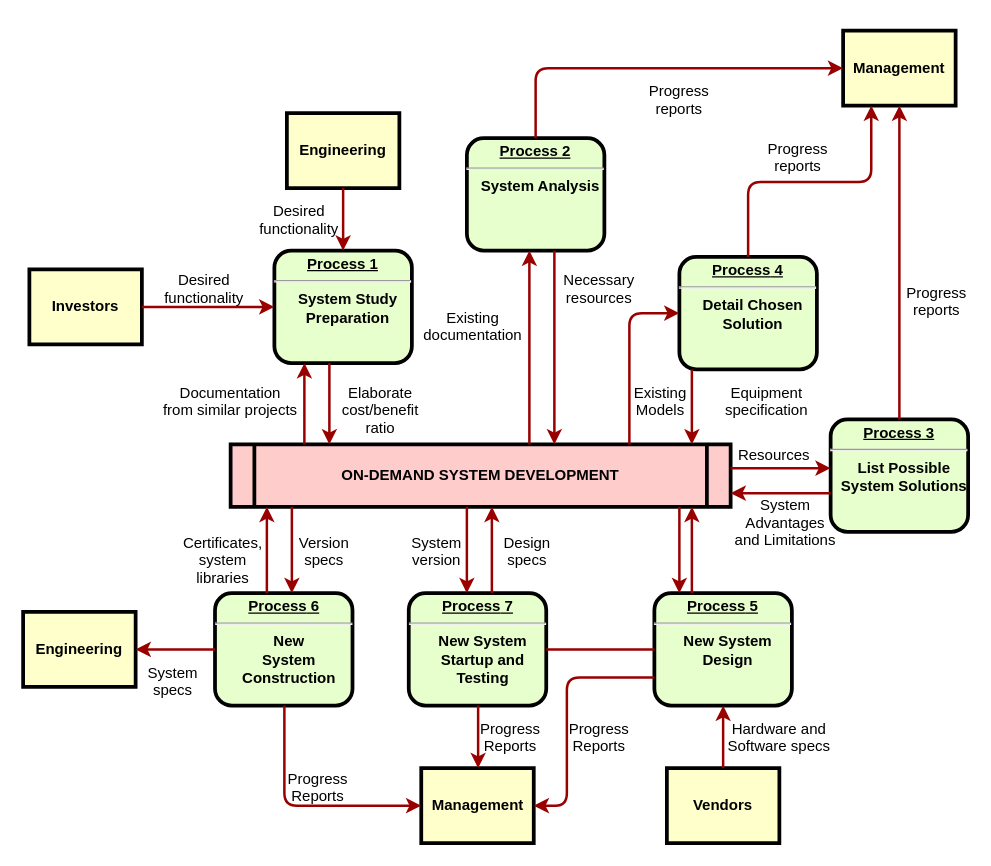
Before: 未命名绘图.drawio in YeomanYe/drawio-graph, a draw.io diagram. Source tidied: cells renumbered, new cells numbered last; positions are measured from the earlier drawing's top-left corner, leaving out a move shared by most shapes. Both pictures are drawn from the tidied source at 125%, with x=0, y=0 at pixel (22, 30).
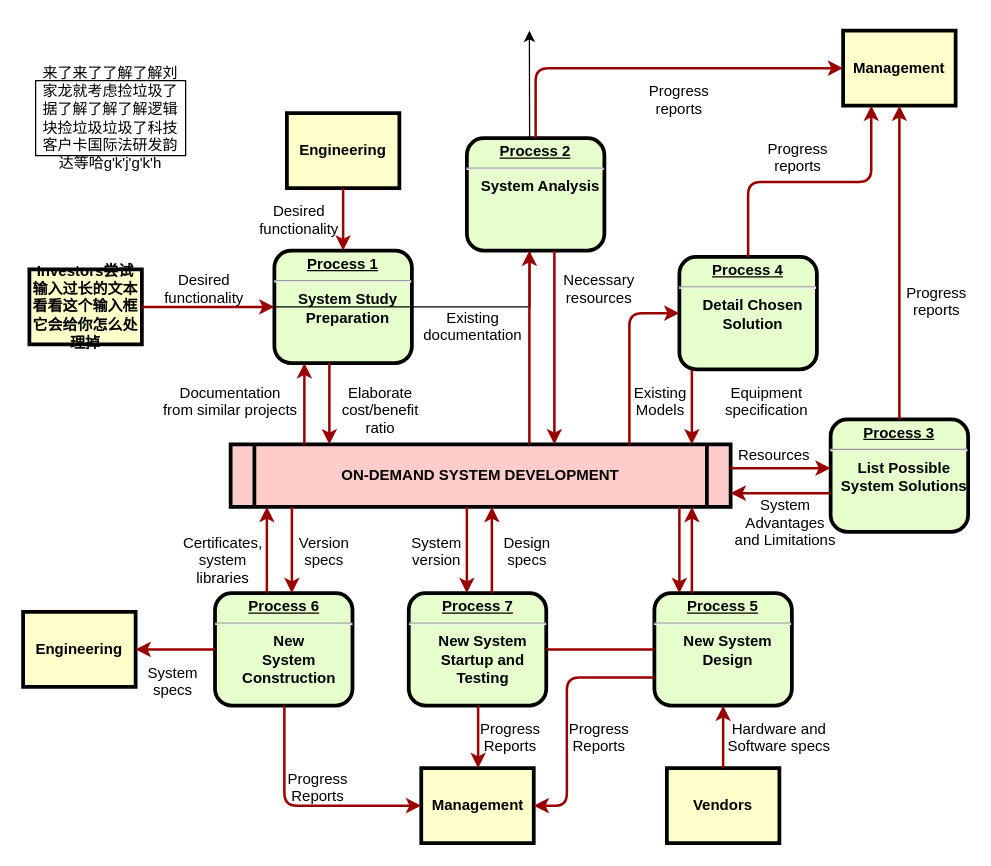
Above is the later version.

Commit message:
更新未命名绘图.drawio

Diff of the diagram source:
```diff
@@
+    <mxCell id="63" style="edgeStyle=orthogonalEdgeStyle;rounded=0;jettySize=auto;html=1;" parent="1" edge="1" source="4">
+      <mxGeometry relative="1" as="geometry">
+        <mxPoint x="405" as="targetPoint" />
+      </mxGeometry>
+    </mxCell>
-    <mxCell id="4" value="Investors" style="whiteSpace=wrap;align=center;verticalAlign=middle;fontStyle=1;strokeWidth=3;fillColor=#FFFFCC;" parent="1" vertex="1">
+    <mxCell id="4" value="Investors尝试输入过长的文本看看这个输入框它会给你怎么处理掉" style="whiteSpace=wrap;align=center;verticalAlign=middle;fontStyle=1;strokeWidth=3;fillColor=#FFFFCC;" parent="1" vertex="1">
       <mxGeometry x="5" y="191" width="90" height="60" as="geometry" />
     </mxCell>
@@
+    <mxCell id="64" value="来了来了了解了解刘家龙就考虑捡垃圾了据了解了解了解逻辑块捡垃圾垃圾了科技客户卡国际法研发韵达等哈g'k'j'g'k'h" style="whiteSpace=wrap;html=1;direction=west;" parent="1" vertex="1">
+      <mxGeometry x="10" y="40" width="120" height="60" as="geometry" />
+    </mxCell>
```
